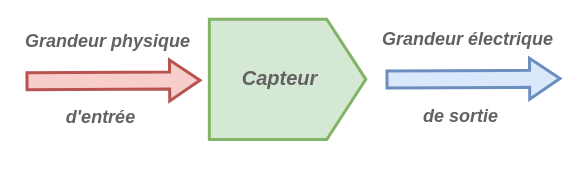
This is page "capteur" (4 of 4) of Capteurs.drawio from G-Boronad/diagrams, a draw.io file, before an edit. Source tidied: cells renumbered, new cells numbered last; positions are measured from the earlier drawing's top-left corner, leaving out a move shared by most shapes. Both pictures are drawn from the tidied source at 100%, with x=0, y=0 at pixel (17, 1).
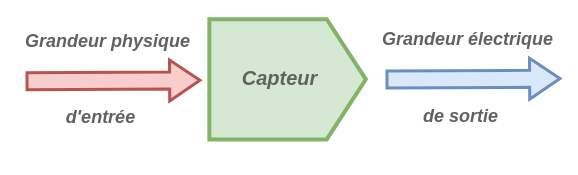
The same diagram, later.

The edit, as a diff of the source:
```diff
@@
 <mxGraphModel>
   <root>
     <mxCell id="0" />
     <mxCell id="1" parent="0" />
-    <mxCell id="2" style="shape=offPageConnector;whiteSpace=wrap;html=1;rotation=-90;size=0.25;fillColor=#d5e8d4;strokeColor=#82b366;strokeWidth=3;" parent="1" vertex="1">
+    <mxCell id="2" style="shape=offPageConnector;whiteSpace=wrap;html=1;rotation=-90;size=0.25;fillColor=#d5e8d4;strokeColor=#82b366;strokeWidth=4;" parent="1" vertex="1">
       <mxGeometry x="210" y="-0.4" width="120.2" height="156.5" as="geometry" />
     </mxCell>
     <mxCell id="3" value="&lt;font&gt;Capteur&lt;/font&gt;" style="text;html=1;align=center;verticalAlign=middle;strokeColor=none;fillColor=none;fontStyle=3;fontColor=light-dark(#616161, #ededed);fontSize=20;" parent="1" vertex="1">
       <mxGeometry x="217" y="56.2" width="90" height="40" as="geometry" />
     </mxCell>
     <mxCell id="4" style="shape=flexArrow;endArrow=classic;html=1;rounded=0;strokeWidth=3;fillColor=#f8cecc;strokeColor=#b85450;endWidth=21;endSize=9.13;width=15;" parent="1" edge="1">
       <mxGeometry relative="1" as="geometry">
         <mxPoint x="8" y="79.8" as="sourcePoint" />
         <mxPoint x="184" y="78.8" as="targetPoint" />
       </mxGeometry>
     </mxCell>
     <mxCell id="5" value="&lt;font style=&quot;font-size: 18px;&quot;&gt;Grandeur physique &lt;br&gt;&lt;/font&gt;" style="text;html=1;align=center;verticalAlign=middle;strokeColor=none;fillColor=none;fontStyle=3;fontColor=light-dark(#616161, #ededed);" parent="1" vertex="1">
       <mxGeometry y="19.8" width="180" height="40" as="geometry" />
     </mxCell>
     <mxCell id="6" value="&lt;font style=&quot;font-size: 18px;&quot;&gt;d'entrée&lt;/font&gt;" style="text;html=1;align=center;verticalAlign=middle;strokeColor=none;fillColor=none;fontStyle=3;fontColor=light-dark(#616161, #ededed);" parent="1" vertex="1">
       <mxGeometry x="38" y="96" width="90" height="40" as="geometry" />
     </mxCell>
     <mxCell id="7" style="shape=flexArrow;endArrow=classic;html=1;rounded=0;strokeWidth=3;fillColor=#dae8fc;strokeColor=#6c8ebf;endWidth=21;endSize=9.13;width=15;" parent="1" edge="1">
       <mxGeometry relative="1" as="geometry">
         <mxPoint x="368" y="78.1" as="sourcePoint" />
         <mxPoint x="544" y="77.1" as="targetPoint" />
       </mxGeometry>
     </mxCell>
     <mxCell id="8" value="&lt;font style=&quot;font-size: 18px;&quot;&gt;Grandeur électrique&lt;/font&gt;" style="text;html=1;align=center;verticalAlign=middle;strokeColor=none;fillColor=none;fontStyle=3;fontColor=light-dark(#616161, #ededed);" parent="1" vertex="1">
       <mxGeometry x="360" y="18.1" width="180" height="40" as="geometry" />
     </mxCell>
     <mxCell id="9" value="&lt;div&gt;&lt;font style=&quot;font-size: 18px;&quot;&gt;de sortie&lt;/font&gt;&lt;/div&gt;&lt;div&gt;&lt;font style=&quot;font-size: 18px;&quot;&gt;&lt;br&gt;&lt;/font&gt;&lt;/div&gt;" style="text;html=1;align=center;verticalAlign=middle;strokeColor=none;fillColor=none;fontStyle=3;fontColor=light-dark(#616161, #ededed);" parent="1" vertex="1">
       <mxGeometry x="398" y="96" width="90" height="60" as="geometry" />
     </mxCell>
   </root>
 </mxGraphModel>
```
